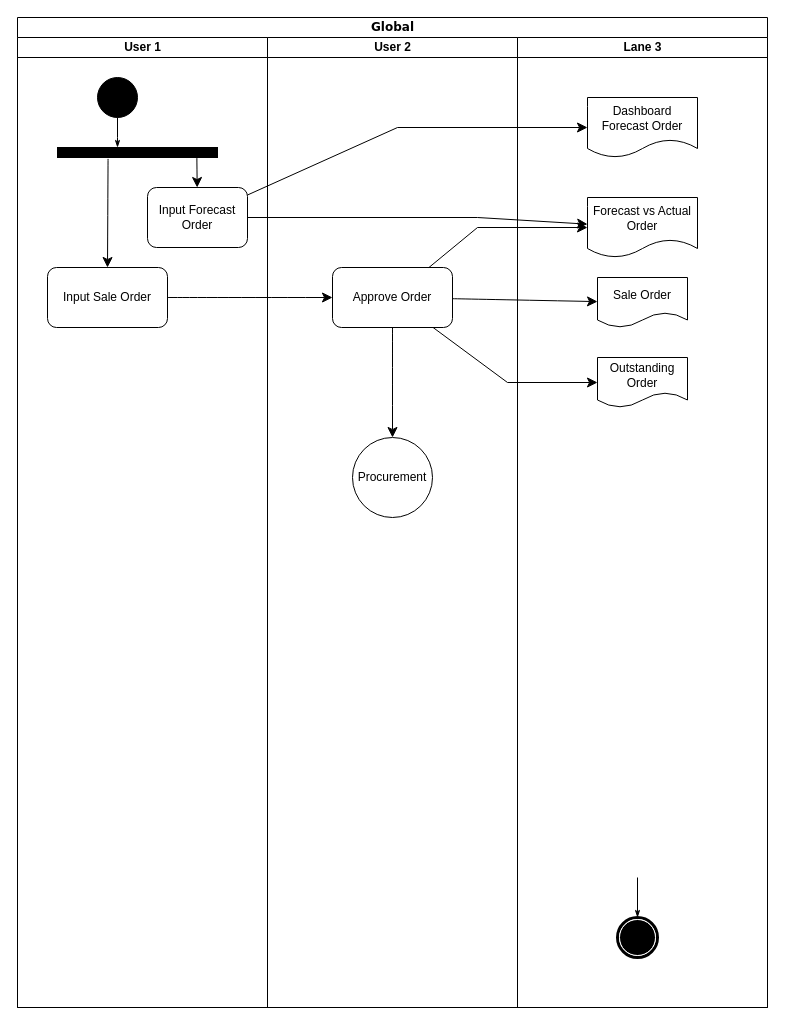
This is page "Lvl 1 Ordering" (2 of 3) of pps-yazaki.drawio from hendrasaputra0501/pasi-bpa, a draw.io file, before an edit. Source tidied: cells renumbered, new cells numbered last; positions are measured from the earlier drawing's top-left corner, leaving out a move shared by most shapes. Both pictures are drawn from the tidied source at 100%, with x=0, y=0 at pixel (17, 17).
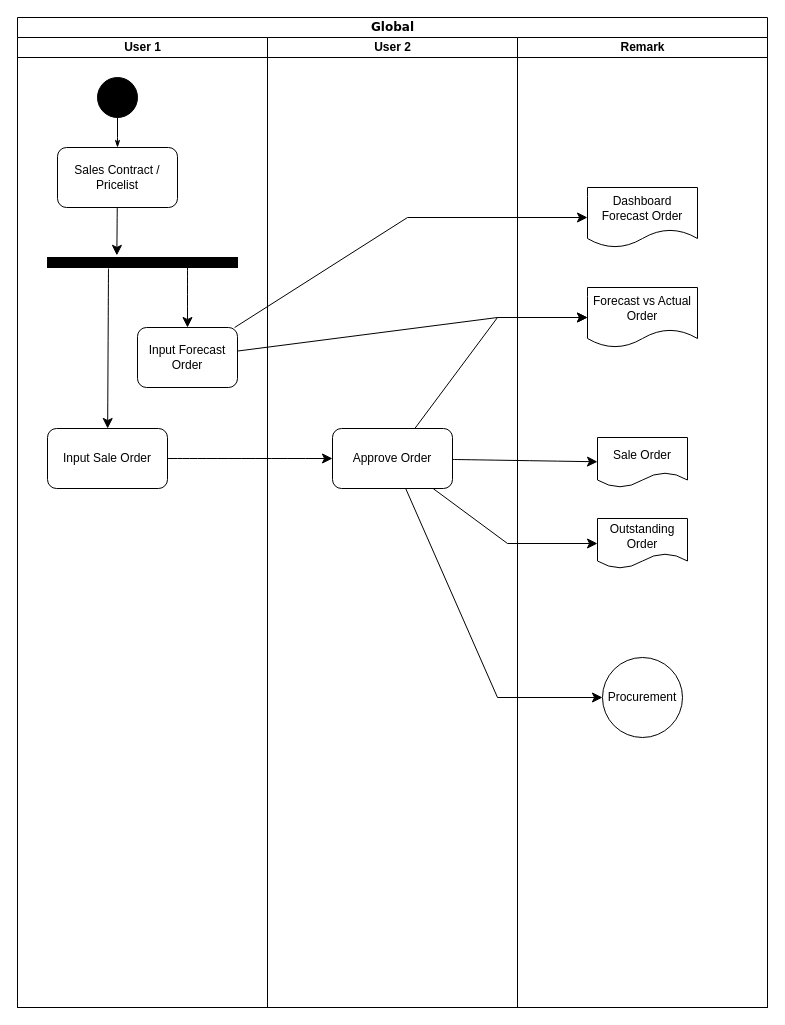
After the change.

Unchanged cells that the change refers to:
```xml
<mxCell id="2" value="Global" style="swimlane;html=1;startSize=20;rounded=0;shadow=0;comic=0;labelBackgroundColor=none;strokeWidth=1;fontFamily=Verdana;fontSize=12;align=center;" parent="1" vertex="1">
  <mxGeometry width="750" height="990" as="geometry" />
</mxCell>
<mxCell id="3" value="User 1" style="swimlane;html=1;startSize=20;rounded=0;" parent="2" vertex="1">
  <mxGeometry y="20" width="250" height="970" as="geometry" />
</mxCell>
<mxCell id="11" value="User 2" style="swimlane;html=1;startSize=20;" parent="2" vertex="1">
  <mxGeometry x="250" y="20" width="250" height="970" as="geometry" />
</mxCell>
```

The edit, as a diff of the source:
```diff
@@
     <mxCell id="6" value="Input Forecast Order" style="rounded=1;whiteSpace=wrap;html=1;" parent="3" vertex="1">
-      <mxGeometry x="130" y="150" width="100" height="60" as="geometry" />
+      <mxGeometry x="120" y="290" width="100" height="60" as="geometry" />
     </mxCell>
     <mxCell id="7" value="Input Sale Order" style="rounded=1;whiteSpace=wrap;html=1;" parent="3" vertex="1">
-      <mxGeometry x="30" y="230" width="120" height="60" as="geometry" />
+      <mxGeometry x="30" y="391" width="120" height="60" as="geometry" />
     </mxCell>
+    <mxCell id="28" style="edgeStyle=none;curved=1;rounded=0;jettySize=auto;html=1;fontSize=12;startSize=8;endSize=8;" parent="3" edge="1" target="6">
+      <mxGeometry relative="1" as="geometry">
+        <mxPoint x="170" y="225" as="sourcePoint" />
+      </mxGeometry>
+    </mxCell>
-    <mxCell id="8" style="edgeStyle=none;curved=1;rounded=0;jettySize=auto;html=1;entryX=0.5;entryY=0;entryDx=0;entryDy=0;fontSize=12;startSize=8;endSize=8;exitX=0.316;exitY=1.138;exitDx=0;exitDy=0;exitPerimeter=0;" parent="3" edge="1" source="10" target="7">
+    <mxCell id="8" style="edgeStyle=none;curved=1;rounded=0;jettySize=auto;html=1;fontSize=12;startSize=8;endSize=8;exitX=0.321;exitY=1.105;exitDx=0;exitDy=0;exitPerimeter=0;" parent="3" edge="1" source="10" target="7">
       <mxGeometry relative="1" as="geometry" />
     </mxCell>
-    <mxCell id="9" style="edgeStyle=none;curved=1;rounded=0;jettySize=auto;html=1;fontSize=12;startSize=8;endSize=8;exitX=0.871;exitY=0.99;exitDx=0;exitDy=0;exitPerimeter=0;" parent="3" edge="1" source="10" target="6">
-      <mxGeometry relative="1" as="geometry" />
-    </mxCell>
     <mxCell id="10" style="rounded=0;whiteSpace=wrap;html=1;fillStyle=solid;fillColor=#000000;" parent="3" vertex="1">
-      <mxGeometry x="40" y="110" width="160" height="10" as="geometry" />
+      <mxGeometry x="30" y="220" width="190" height="10" as="geometry" />
     </mxCell>
+    <mxCell id="29" style="edgeStyle=none;curved=1;rounded=0;jettySize=auto;html=1;fontSize=12;startSize=8;endSize=8;entryX=0.365;entryY=-0.212;entryDx=0;entryDy=0;entryPerimeter=0;" parent="3" edge="1" source="30" target="10">
+      <mxGeometry relative="1" as="geometry" />
+    </mxCell>
+    <mxCell id="30" value="Sales Contract / Pricelist" style="rounded=1;whiteSpace=wrap;html=1;" parent="3" vertex="1">
+      <mxGeometry x="40" y="110" width="120" height="60" as="geometry" />
+    </mxCell>
@@
-    <mxCell id="12" style="edgeStyle=none;curved=1;rounded=0;jettySize=auto;html=1;fontSize=12;startSize=8;endSize=8;" parent="11" edge="1" source="13" target="14">
-      <mxGeometry relative="1" as="geometry" />
-    </mxCell>
     <mxCell id="13" value="Approve Order" style="rounded=1;whiteSpace=wrap;html=1;" parent="11" vertex="1">
-      <mxGeometry x="65" y="230" width="120" height="60" as="geometry" />
+      <mxGeometry x="65" y="391" width="120" height="60" as="geometry" />
     </mxCell>
-    <mxCell id="14" value="Procurement" style="ellipse;whiteSpace=wrap;html=1;" parent="11" vertex="1">
-      <mxGeometry x="85" y="400" width="80" height="80" as="geometry" />
-    </mxCell>
-    <mxCell id="15" value="Lane 3" style="swimlane;html=1;startSize=20;" parent="2" vertex="1">
+    <mxCell id="15" value="Remark" style="swimlane;html=1;startSize=20;" parent="2" vertex="1">
       <mxGeometry x="500" y="20" width="250" height="970" as="geometry" />
     </mxCell>
-    <mxCell id="16" style="edgeStyle=none;rounded=0;html=1;labelBackgroundColor=none;startArrow=none;startFill=0;startSize=5;endArrow=classicThin;endFill=1;endSize=5;jettySize=auto;strokeWidth=1;fontFamily=Verdana;fontSize=12;" parent="15" edge="1" target="17">
-      <mxGeometry relative="1" as="geometry">
-        <mxPoint x="120" y="840" as="sourcePoint" />
-      </mxGeometry>
-    </mxCell>
-    <mxCell id="17" style="shape=mxgraph.bpmn.shape;html=1;verticalLabelPosition=bottom;labelBackgroundColor=#ffffff;verticalAlign=top;perimeter=ellipsePerimeter;outline=end;symbol=terminate;rounded=0;shadow=0;comic=0;strokeWidth=1;fontFamily=Verdana;fontSize=12;align=center;" parent="15" vertex="1">
-      <mxGeometry x="100" y="880" width="40" height="40" as="geometry" />
-    </mxCell>
     <mxCell id="18" value="Dashboard Forecast Order" style="shape=document;whiteSpace=wrap;html=1;boundedLbl=1;" parent="15" vertex="1">
-      <mxGeometry x="70" y="60" width="110" height="60" as="geometry" />
+      <mxGeometry x="70" y="150" width="110" height="60" as="geometry" />
     </mxCell>
     <mxCell id="19" value="Sale Order" style="shape=document;whiteSpace=wrap;html=1;boundedLbl=1;" parent="15" vertex="1">
-      <mxGeometry x="80" y="240" width="90" height="50" as="geometry" />
+      <mxGeometry x="80" y="400" width="90" height="50" as="geometry" />
     </mxCell>
     <mxCell id="20" value="Outstanding Order" style="shape=document;whiteSpace=wrap;html=1;boundedLbl=1;" parent="15" vertex="1">
-      <mxGeometry x="80" y="320" width="90" height="50" as="geometry" />
+      <mxGeometry x="80" y="481" width="90" height="50" as="geometry" />
     </mxCell>
     <mxCell id="21" value="Forecast vs Actual Order" style="shape=document;whiteSpace=wrap;html=1;boundedLbl=1;" parent="15" vertex="1">
-      <mxGeometry x="70" y="160" width="110" height="60" as="geometry" />
+      <mxGeometry x="70" y="250" width="110" height="60" as="geometry" />
     </mxCell>
+    <mxCell id="14" value="Procurement" style="ellipse;whiteSpace=wrap;html=1;" parent="15" vertex="1">
+      <mxGeometry x="85" y="620" width="80" height="80" as="geometry" />
+    </mxCell>
@@
     <mxCell id="23" style="edgeStyle=none;curved=0;rounded=0;jettySize=auto;html=1;fontSize=12;startSize=8;endSize=8;" parent="2" edge="1" source="6" target="18">
       <mxGeometry relative="1" as="geometry">
         <Array as="points">
-          <mxPoint x="380" y="110" />
+          <mxPoint x="390" y="200" />
         </Array>
       </mxGeometry>
     </mxCell>
     <mxCell id="24" style="edgeStyle=none;curved=0;rounded=0;jettySize=auto;html=1;fontSize=12;startSize=8;endSize=8;" parent="2" edge="1" source="13" target="21">
       <mxGeometry relative="1" as="geometry">
         <Array as="points">
-          <mxPoint x="460" y="210" />
+          <mxPoint x="480" y="300" />
         </Array>
       </mxGeometry>
     </mxCell>
     <mxCell id="25" style="edgeStyle=none;curved=0;rounded=0;jettySize=auto;html=1;fontSize=12;startSize=8;endSize=8;" parent="2" edge="1" source="6" target="21">
       <mxGeometry relative="1" as="geometry">
         <Array as="points">
-          <mxPoint x="460" y="200" />
+          <mxPoint x="480" y="300" />
         </Array>
       </mxGeometry>
     </mxCell>
@@
     <mxCell id="27" style="edgeStyle=none;curved=0;rounded=0;jettySize=auto;html=1;fontSize=12;startSize=8;endSize=8;" parent="2" edge="1" source="13" target="20">
       <mxGeometry relative="1" as="geometry">
         <Array as="points">
-          <mxPoint x="490" y="365" />
+          <mxPoint x="490" y="526" />
         </Array>
       </mxGeometry>
     </mxCell>
+    <mxCell id="12" style="edgeStyle=none;curved=0;rounded=0;jettySize=auto;html=1;fontSize=12;startSize=8;endSize=8;" parent="2" edge="1" source="13" target="14">
+      <mxGeometry relative="1" as="geometry">
+        <Array as="points">
+          <mxPoint x="480" y="680" />
+        </Array>
+      </mxGeometry>
+    </mxCell>
```
